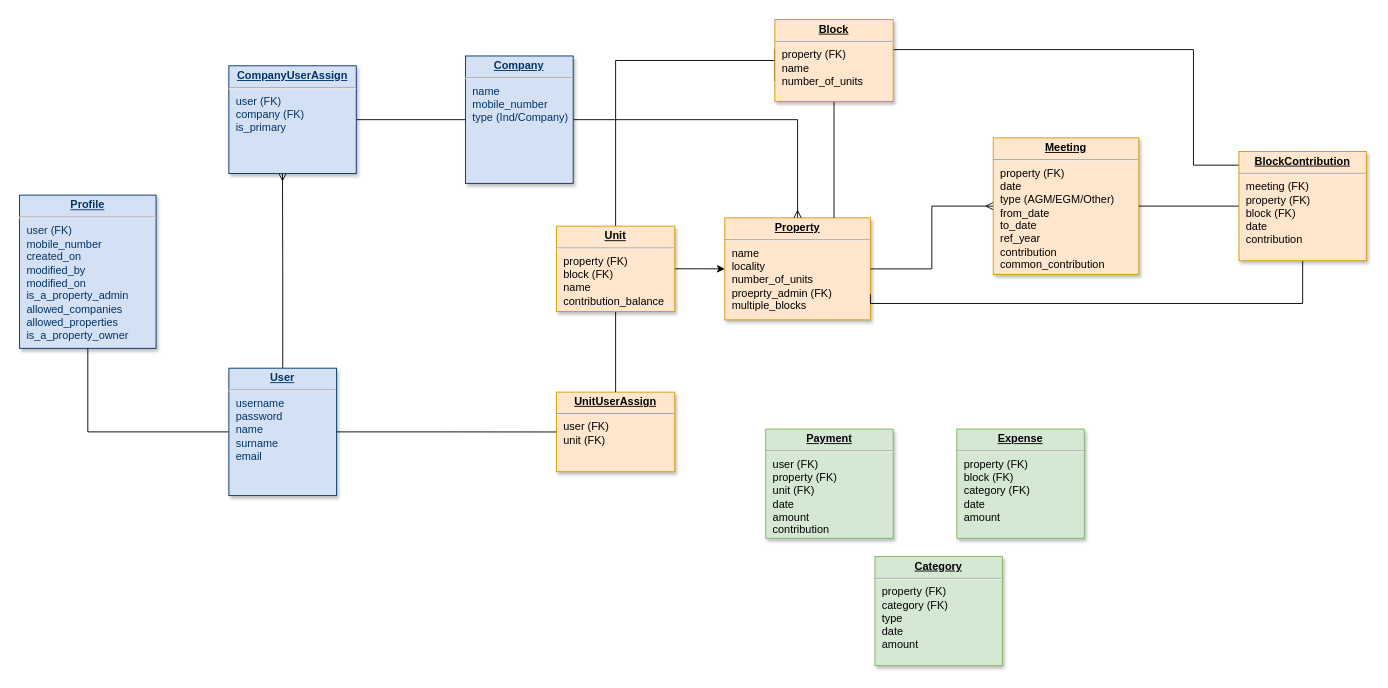
Before: Untitled Diagram.drawio in gilubilu/hello-world, a draw.io diagram. Source tidied: cells renumbered, new cells numbered last; positions are measured from the earlier drawing's top-left corner, leaving out a move shared by most shapes. Both pictures are drawn from the tidied source at 91%, with x=0, y=0 at pixel (19, 19).
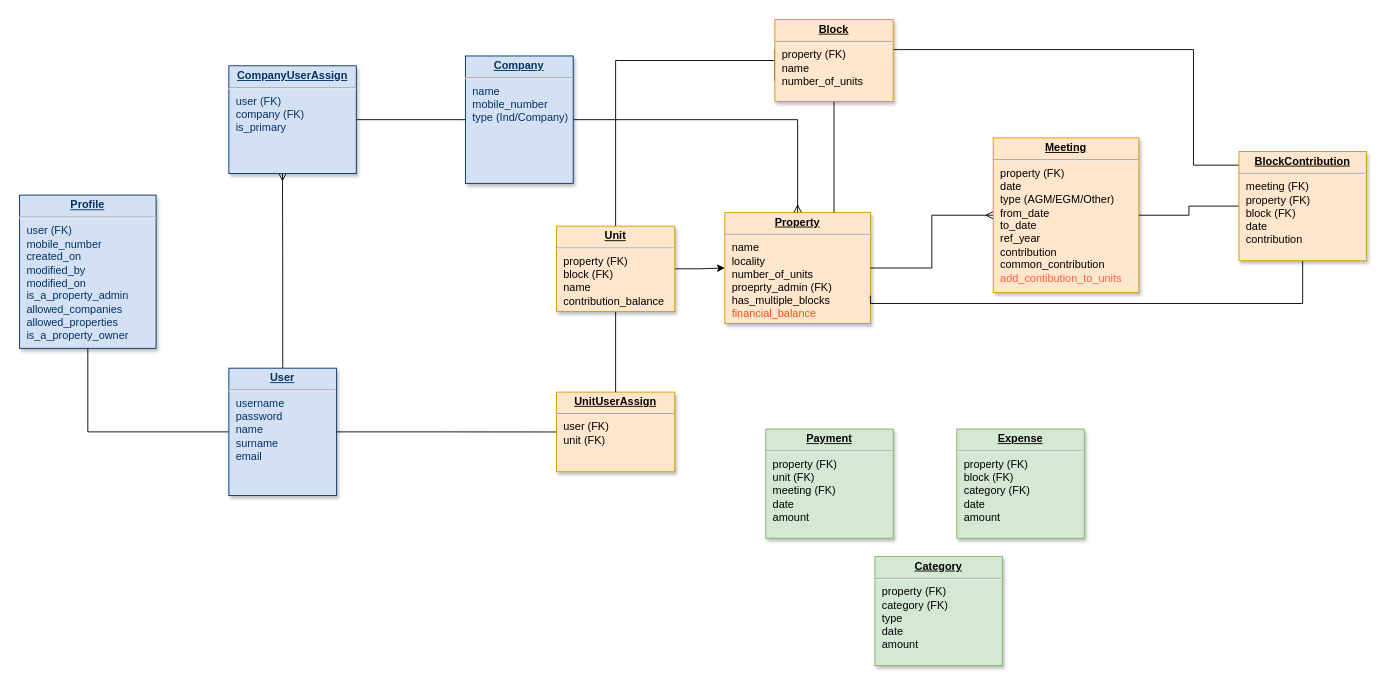
After the change.

What changed in the source:
```diff
@@
-    <mxCell id="7" value="&lt;p style=&quot;margin: 0px ; margin-top: 4px ; text-align: center ; text-decoration: underline&quot;&gt;&lt;strong&gt;Property&lt;/strong&gt;&lt;/p&gt;&lt;hr&gt;&lt;p style=&quot;margin: 0px ; margin-left: 8px&quot;&gt;name&lt;/p&gt;&lt;p style=&quot;margin: 0px ; margin-left: 8px&quot;&gt;locality&lt;/p&gt;&lt;p style=&quot;margin: 0px ; margin-left: 8px&quot;&gt;number_of_units&lt;/p&gt;&lt;p style=&quot;margin: 0px ; margin-left: 8px&quot;&gt;proeprty_admin (FK)&lt;/p&gt;&lt;p style=&quot;margin: 0px ; margin-left: 8px&quot;&gt;multiple_blocks&lt;/p&gt;" style="verticalAlign=top;align=left;overflow=fill;fontSize=12;fontFamily=Helvetica;html=1;strokeColor=#d79b00;shadow=1;fillColor=#ffe6cc;" parent="1" vertex="1">
-      <mxGeometry x="775" y="217.9" width="160" height="112.1" as="geometry" />
+    <mxCell id="7" value="&lt;p style=&quot;margin: 0px ; margin-top: 4px ; text-align: center ; text-decoration: underline&quot;&gt;&lt;strong&gt;Property&lt;/strong&gt;&lt;/p&gt;&lt;hr&gt;&lt;p style=&quot;margin: 0px ; margin-left: 8px&quot;&gt;name&lt;/p&gt;&lt;p style=&quot;margin: 0px ; margin-left: 8px&quot;&gt;locality&lt;/p&gt;&lt;p style=&quot;margin: 0px ; margin-left: 8px&quot;&gt;number_of_units&lt;/p&gt;&lt;p style=&quot;margin: 0px ; margin-left: 8px&quot;&gt;proeprty_admin (FK)&lt;/p&gt;&lt;p style=&quot;margin: 0px ; margin-left: 8px&quot;&gt;has_multiple_blocks&lt;/p&gt;&lt;p style=&quot;margin: 0px ; margin-left: 8px&quot;&gt;&lt;font color=&quot;#ff4d17&quot;&gt;financial_balance&lt;/font&gt;&lt;/p&gt;&lt;p style=&quot;margin: 0px ; margin-left: 8px&quot;&gt;&lt;br&gt;&lt;/p&gt;" style="verticalAlign=top;align=left;overflow=fill;fontSize=12;fontFamily=Helvetica;html=1;strokeColor=#d79b00;shadow=1;fillColor=#ffe6cc;" parent="1" vertex="1">
+      <mxGeometry x="775" y="211.9" width="160" height="122.1" as="geometry" />
     </mxCell>
@@
-    <mxCell id="18" value="&lt;p style=&quot;margin: 0px ; margin-top: 4px ; text-align: center ; text-decoration: underline&quot;&gt;&lt;strong&gt;Meeting&lt;/strong&gt;&lt;/p&gt;&lt;hr&gt;&lt;p style=&quot;margin: 0px ; margin-left: 8px&quot;&gt;property (FK)&lt;/p&gt;&lt;p style=&quot;margin: 0px ; margin-left: 8px&quot;&gt;date&lt;/p&gt;&lt;p style=&quot;margin: 0px ; margin-left: 8px&quot;&gt;type (AGM/EGM/Other)&lt;/p&gt;&lt;p style=&quot;margin: 0px ; margin-left: 8px&quot;&gt;from_date&lt;/p&gt;&lt;p style=&quot;margin: 0px ; margin-left: 8px&quot;&gt;to_date&lt;/p&gt;&lt;p style=&quot;margin: 0px ; margin-left: 8px&quot;&gt;ref_year&lt;/p&gt;&lt;p style=&quot;margin: 0px ; margin-left: 8px&quot;&gt;contribution&lt;/p&gt;&lt;p style=&quot;margin: 0px ; margin-left: 8px&quot;&gt;common_contribution&lt;/p&gt;" style="verticalAlign=top;align=left;overflow=fill;fontSize=12;fontFamily=Helvetica;html=1;strokeColor=#d79b00;shadow=1;fillColor=#ffe6cc;direction=west;" parent="1" vertex="1">
-      <mxGeometry x="1070" y="130" width="160" height="150" as="geometry" />
+    <mxCell id="18" value="&lt;p style=&quot;margin: 0px ; margin-top: 4px ; text-align: center ; text-decoration: underline&quot;&gt;&lt;strong&gt;Meeting&lt;/strong&gt;&lt;/p&gt;&lt;hr&gt;&lt;p style=&quot;margin: 0px ; margin-left: 8px&quot;&gt;property (FK)&lt;/p&gt;&lt;p style=&quot;margin: 0px ; margin-left: 8px&quot;&gt;date&lt;/p&gt;&lt;p style=&quot;margin: 0px ; margin-left: 8px&quot;&gt;type (AGM/EGM/Other)&lt;/p&gt;&lt;p style=&quot;margin: 0px ; margin-left: 8px&quot;&gt;from_date&lt;/p&gt;&lt;p style=&quot;margin: 0px ; margin-left: 8px&quot;&gt;to_date&lt;/p&gt;&lt;p style=&quot;margin: 0px ; margin-left: 8px&quot;&gt;ref_year&lt;/p&gt;&lt;p style=&quot;margin: 0px ; margin-left: 8px&quot;&gt;contribution&lt;/p&gt;&lt;p style=&quot;margin: 0px ; margin-left: 8px&quot;&gt;common_contribution&lt;/p&gt;&lt;p style=&quot;margin: 0px ; margin-left: 8px&quot;&gt;&lt;font color=&quot;#ff6242&quot;&gt;add_contibution_to_units&lt;/font&gt;&lt;/p&gt;" style="verticalAlign=top;align=left;overflow=fill;fontSize=12;fontFamily=Helvetica;html=1;strokeColor=#d79b00;shadow=1;fillColor=#ffe6cc;direction=west;" parent="1" vertex="1">
+      <mxGeometry x="1070" y="130" width="160" height="170" as="geometry" />
     </mxCell>
@@
-    <mxCell id="25" value="&lt;p style=&quot;margin: 0px ; margin-top: 4px ; text-align: center ; text-decoration: underline&quot;&gt;&lt;strong&gt;Payment&lt;/strong&gt;&lt;/p&gt;&lt;hr&gt;&lt;p style=&quot;margin: 0px ; margin-left: 8px&quot;&gt;&lt;span&gt;user (FK)&lt;/span&gt;&lt;br&gt;&lt;/p&gt;&lt;p style=&quot;margin: 0px ; margin-left: 8px&quot;&gt;&lt;span&gt;property (FK)&lt;/span&gt;&lt;/p&gt;&lt;p style=&quot;margin: 0px ; margin-left: 8px&quot;&gt;&lt;span&gt;unit (FK)&lt;/span&gt;&lt;/p&gt;&lt;p style=&quot;margin: 0px ; margin-left: 8px&quot;&gt;date&lt;span&gt;&lt;br&gt;&lt;/span&gt;&lt;/p&gt;&lt;p style=&quot;margin: 0px ; margin-left: 8px&quot;&gt;&lt;span&gt;amount&lt;/span&gt;&lt;br&gt;&lt;/p&gt;&lt;p style=&quot;margin: 0px ; margin-left: 8px&quot;&gt;contribution&lt;br&gt;&lt;/p&gt;" style="verticalAlign=top;align=left;overflow=fill;fontSize=12;fontFamily=Helvetica;html=1;strokeColor=#82b366;shadow=1;fillColor=#d5e8d4;direction=west;" parent="1" vertex="1">
+    <mxCell id="25" value="&lt;p style=&quot;margin: 0px ; margin-top: 4px ; text-align: center ; text-decoration: underline&quot;&gt;&lt;strong&gt;Payment&lt;/strong&gt;&lt;/p&gt;&lt;hr&gt;&lt;p style=&quot;margin: 0px ; margin-left: 8px&quot;&gt;&lt;span&gt;property (FK)&lt;/span&gt;&lt;br&gt;&lt;/p&gt;&lt;p style=&quot;margin: 0px ; margin-left: 8px&quot;&gt;&lt;span&gt;unit (FK)&lt;/span&gt;&lt;/p&gt;&lt;p style=&quot;margin: 0px ; margin-left: 8px&quot;&gt;meeting (FK)&lt;/p&gt;&lt;p style=&quot;margin: 0px ; margin-left: 8px&quot;&gt;date&lt;span&gt;&lt;br&gt;&lt;/span&gt;&lt;/p&gt;&lt;p style=&quot;margin: 0px ; margin-left: 8px&quot;&gt;&lt;span&gt;amount&lt;/span&gt;&lt;/p&gt;" style="verticalAlign=top;align=left;overflow=fill;fontSize=12;fontFamily=Helvetica;html=1;strokeColor=#82b366;shadow=1;fillColor=#d5e8d4;direction=west;" parent="1" vertex="1">
       <mxGeometry x="820" y="450" width="140" height="120" as="geometry" />
     </mxCell>
```
